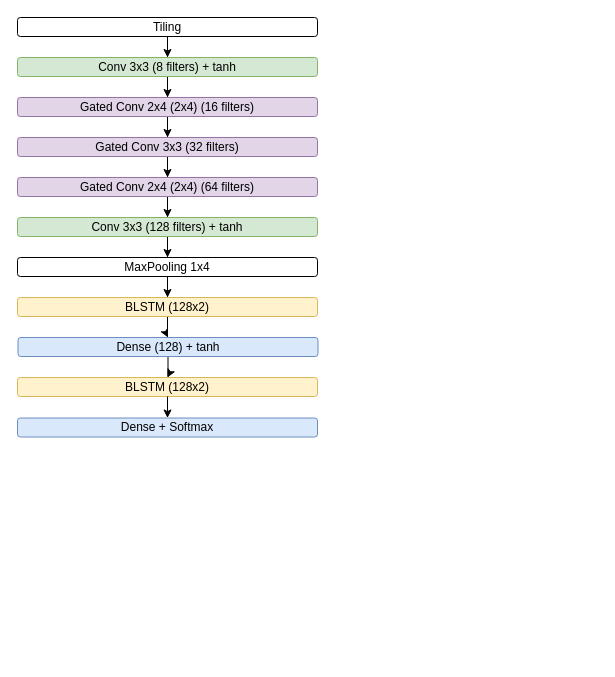
Above: doc/arch/bluche/bluche.drawio in arthurflor23/handwritten-text-recognition (draw.io), before the change. Source tidied: cells renumbered, new cells numbered last; positions are measured from the earlier drawing's top-left corner, leaving out a move shared by most shapes. Both pictures are drawn from the tidied source at 100%, with x=0, y=0 at pixel (17, 17).
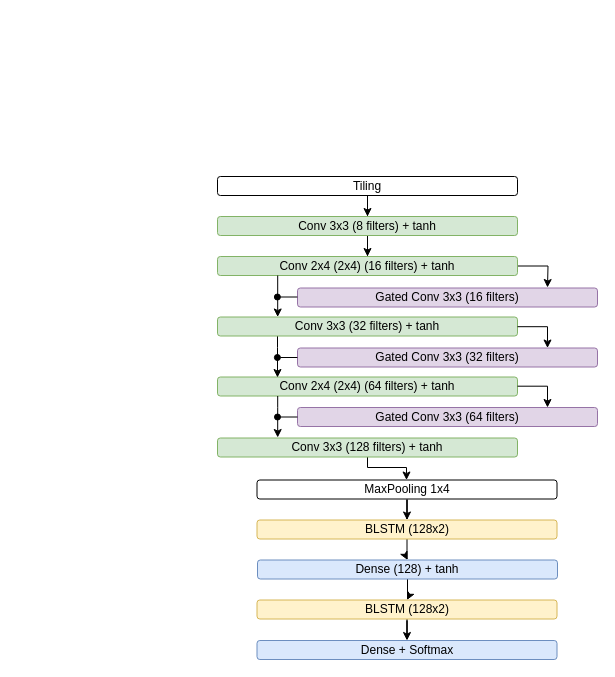
After the change.

Change to the diagram source:
```diff
@@
     <mxCell id="3" value="Tiling" style="rounded=1;whiteSpace=wrap;html=1;" parent="1" vertex="1">
-      <mxGeometry width="300" height="19" as="geometry" />
+      <mxGeometry x="200" y="159" width="300" height="19" as="geometry" />
     </mxCell>
-    <mxCell id="4" style="edgeStyle=orthogonalEdgeStyle;rounded=0;jettySize=auto;html=1;entryX=0.5;entryY=0;entryDx=0;entryDy=0;" parent="1" edge="1" source="5" target="7">
-      <mxGeometry relative="1" as="geometry" />
-    </mxCell>
+    <mxCell id="23" style="edgeStyle=orthogonalEdgeStyle;rounded=0;jettySize=auto;html=1;entryX=0.5;entryY=0;entryDx=0;entryDy=0;" parent="1" edge="1" source="5" target="25">
+      <mxGeometry relative="1" as="geometry" />
+    </mxCell>
     <mxCell id="5" value="Conv 3x3 (8 filters) + tanh" style="rounded=1;whiteSpace=wrap;html=1;fillColor=#d5e8d4;strokeColor=#82b366;" parent="1" vertex="1">
-      <mxGeometry y="40" width="300" height="19" as="geometry" />
+      <mxGeometry x="200" y="199" width="300" height="19" as="geometry" />
     </mxCell>
-    <mxCell id="6" style="edgeStyle=orthogonalEdgeStyle;rounded=0;jettySize=auto;html=1;entryX=0.5;entryY=0;entryDx=0;entryDy=0;" parent="1" edge="1" source="7" target="9">
-      <mxGeometry relative="1" as="geometry" />
-    </mxCell>
-    <mxCell id="7" value="Gated Conv 2x4 (2x4) (16 filters)" style="rounded=1;whiteSpace=wrap;html=1;fillColor=#e1d5e7;strokeColor=#9673a6;" parent="1" vertex="1">
-      <mxGeometry y="80" width="300" height="19" as="geometry" />
-    </mxCell>
-    <mxCell id="8" style="edgeStyle=orthogonalEdgeStyle;rounded=0;jettySize=auto;html=1;entryX=0.5;entryY=0;entryDx=0;entryDy=0;" parent="1" edge="1" source="9" target="21">
-      <mxGeometry relative="1" as="geometry" />
-    </mxCell>
+    <mxCell id="24" style="edgeStyle=orthogonalEdgeStyle;rounded=0;jettySize=auto;html=1;" parent="1" edge="1" source="25">
+      <mxGeometry relative="1" as="geometry">
+        <mxPoint x="530" y="270" as="targetPoint" />
+      </mxGeometry>
+    </mxCell>
+    <mxCell id="25" value="Conv 2x4 (2x4) (16 filters)&amp;nbsp;+ tanh" style="rounded=1;whiteSpace=wrap;html=1;fillColor=#d5e8d4;strokeColor=#82b366;" parent="1" vertex="1">
+      <mxGeometry x="200" y="239" width="300" height="19" as="geometry" />
+    </mxCell>
+    <mxCell id="26" value="Gated Conv 3x3 (16 filters)" style="rounded=1;whiteSpace=wrap;html=1;fillColor=#e1d5e7;strokeColor=#9673a6;" parent="1" vertex="1">
+      <mxGeometry x="280" y="270.5" width="300" height="19" as="geometry" />
+    </mxCell>
     <mxCell id="9" value="Gated Conv 3x3&amp;nbsp;(32 filters)" style="rounded=1;whiteSpace=wrap;html=1;fillColor=#e1d5e7;strokeColor=#9673a6;" parent="1" vertex="1">
-      <mxGeometry y="120" width="300" height="19" as="geometry" />
+      <mxGeometry x="280" y="330.5" width="300" height="19" as="geometry" />
     </mxCell>
+    <mxCell id="27" value="Conv 2x4 (2x4) (64 filters)&amp;nbsp;+ tanh" style="rounded=1;whiteSpace=wrap;html=1;fillColor=#d5e8d4;strokeColor=#82b366;" parent="1" vertex="1">
+      <mxGeometry x="200" y="359.5" width="300" height="19" as="geometry" />
+    </mxCell>
-    <mxCell id="10" style="edgeStyle=orthogonalEdgeStyle;rounded=0;jettySize=auto;html=1;entryX=0.5;entryY=0;entryDx=0;entryDy=0;" parent="1" edge="1" source="11" target="13">
-      <mxGeometry relative="1" as="geometry" />
+    <mxCell id="10" style="edgeStyle=orthogonalEdgeStyle;rounded=0;jettySize=auto;html=1;" parent="1" edge="1" source="11" target="13">
+      <mxGeometry relative="1" as="geometry">
+        <Array as="points">
+          <mxPoint x="350" y="450" />
+          <mxPoint x="389" y="450" />
+        </Array>
+      </mxGeometry>
     </mxCell>
     <mxCell id="11" value="Conv 3x3 (128 filters)&amp;nbsp;+ tanh" style="rounded=1;whiteSpace=wrap;html=1;fillColor=#d5e8d4;strokeColor=#82b366;" parent="1" vertex="1">
-      <mxGeometry y="200" width="300" height="19" as="geometry" />
+      <mxGeometry x="200" y="420.5" width="300" height="19" as="geometry" />
     </mxCell>
-    <mxCell id="12" style="edgeStyle=orthogonalEdgeStyle;rounded=0;jettySize=auto;html=1;entryX=0.5;entryY=0;entryDx=0;entryDy=0;" parent="1" edge="1" source="13" target="15">
-      <mxGeometry relative="1" as="geometry" />
-    </mxCell>
+    <mxCell id="28" style="edgeStyle=orthogonalEdgeStyle;rounded=0;jettySize=auto;html=1;" parent="1" edge="1" source="13" target="30">
+      <mxGeometry relative="1" as="geometry" />
+    </mxCell>
     <mxCell id="13" value="MaxPooling 1x4" style="rounded=1;whiteSpace=wrap;html=1;" parent="1" vertex="1">
-      <mxGeometry y="240" width="300" height="19" as="geometry" />
+      <mxGeometry x="239.5" y="462.5" width="300" height="19" as="geometry" />
     </mxCell>
-    <mxCell id="14" style="edgeStyle=orthogonalEdgeStyle;rounded=0;jettySize=auto;html=1;" parent="1" edge="1" source="15" target="17">
-      <mxGeometry relative="1" as="geometry" />
-    </mxCell>
-    <mxCell id="15" value="BLSTM (128x2)" style="rounded=1;whiteSpace=wrap;html=1;fillColor=#fff2cc;strokeColor=#d6b656;" parent="1" vertex="1">
-      <mxGeometry y="280" width="300" height="19" as="geometry" />
-    </mxCell>
-    <mxCell id="16" style="edgeStyle=orthogonalEdgeStyle;rounded=0;jettySize=auto;html=1;entryX=0.5;entryY=0;entryDx=0;entryDy=0;" parent="1" edge="1" source="17" target="18">
-      <mxGeometry relative="1" as="geometry" />
-    </mxCell>
+    <mxCell id="29" style="edgeStyle=orthogonalEdgeStyle;rounded=0;jettySize=auto;html=1;entryX=0.5;entryY=0;entryDx=0;entryDy=0;" parent="1" edge="1" source="30" target="17">
+      <mxGeometry relative="1" as="geometry" />
+    </mxCell>
+    <mxCell id="30" value="BLSTM (128x2)" style="rounded=1;whiteSpace=wrap;html=1;fillColor=#fff2cc;strokeColor=#d6b656;" parent="1" vertex="1">
+      <mxGeometry x="239.5" y="502.5" width="300" height="19" as="geometry" />
+    </mxCell>
+    <mxCell id="31" style="edgeStyle=orthogonalEdgeStyle;rounded=0;jettySize=auto;html=1;entryX=0.5;entryY=0;entryDx=0;entryDy=0;" parent="1" edge="1" source="17" target="33">
+      <mxGeometry relative="1" as="geometry" />
+    </mxCell>
     <mxCell id="17" value="Dense (128)&amp;nbsp;+ tanh" style="rounded=1;whiteSpace=wrap;html=1;fillColor=#dae8fc;strokeColor=#6c8ebf;" parent="1" vertex="1">
-      <mxGeometry x="0.5" y="320" width="300" height="19" as="geometry" />
+      <mxGeometry x="240" y="542.5" width="300" height="19" as="geometry" />
     </mxCell>
-    <mxCell id="18" value="BLSTM (128x2)" style="rounded=1;whiteSpace=wrap;html=1;fillColor=#fff2cc;strokeColor=#d6b656;" parent="1" vertex="1">
-      <mxGeometry y="360" width="300" height="19" as="geometry" />
-    </mxCell>
+    <mxCell id="32" style="edgeStyle=orthogonalEdgeStyle;rounded=0;jettySize=auto;html=1;entryX=0.5;entryY=0;entryDx=0;entryDy=0;" parent="1" edge="1" source="33" target="19">
+      <mxGeometry relative="1" as="geometry" />
+    </mxCell>
+    <mxCell id="33" value="BLSTM (128x2)" style="rounded=1;whiteSpace=wrap;html=1;fillColor=#fff2cc;strokeColor=#d6b656;" parent="1" vertex="1">
+      <mxGeometry x="239.5" y="582.5" width="300" height="19" as="geometry" />
+    </mxCell>
     <mxCell id="19" value="Dense + Softmax" style="rounded=1;whiteSpace=wrap;html=1;fillColor=#dae8fc;strokeColor=#6c8ebf;" parent="1" vertex="1">
-      <mxGeometry y="400.5" width="300" height="19" as="geometry" />
+      <mxGeometry x="239.5" y="623" width="300" height="19" as="geometry" />
     </mxCell>
-    <mxCell id="20" style="edgeStyle=orthogonalEdgeStyle;rounded=0;jettySize=auto;html=1;entryX=0.5;entryY=0;entryDx=0;entryDy=0;" parent="1" edge="1" source="21" target="11">
-      <mxGeometry relative="1" as="geometry" />
-    </mxCell>
-    <mxCell id="21" value="Gated Conv&amp;nbsp;2x4 (2x4)&amp;nbsp;(64 filters)" style="rounded=1;whiteSpace=wrap;html=1;fillColor=#e1d5e7;strokeColor=#9673a6;" parent="1" vertex="1">
-      <mxGeometry y="160" width="300" height="19" as="geometry" />
-    </mxCell>
-    <mxCell id="22" style="edgeStyle=orthogonalEdgeStyle;rounded=0;jettySize=auto;html=1;entryX=0.5;entryY=0;entryDx=0;entryDy=0;" parent="1" edge="1" source="18" target="19">
-      <mxGeometry relative="1" as="geometry" />
-    </mxCell>
+    <mxCell id="34" value="Gated Conv 3x3 (64 filters)" style="rounded=1;whiteSpace=wrap;html=1;fillColor=#e1d5e7;strokeColor=#9673a6;" parent="1" vertex="1">
+      <mxGeometry x="280" y="390" width="300" height="19" as="geometry" />
+    </mxCell>
+    <mxCell id="35" style="edgeStyle=orthogonalEdgeStyle;rounded=0;jettySize=auto;html=1;entryX=0.2;entryY=0.026;entryDx=0;entryDy=0;entryPerimeter=0;" parent="1" edge="1" source="36" target="27">
+      <mxGeometry relative="1" as="geometry">
+        <Array as="points">
+          <mxPoint x="260" y="330" />
+          <mxPoint x="260" y="330" />
+        </Array>
+      </mxGeometry>
+    </mxCell>
+    <mxCell id="36" value="Conv 3x3&amp;nbsp;(32 filters)&amp;nbsp;+ tanh" style="rounded=1;whiteSpace=wrap;html=1;fillColor=#d5e8d4;strokeColor=#82b366;" parent="1" vertex="1">
+      <mxGeometry x="200" y="299.5" width="300" height="19" as="geometry" />
+    </mxCell>
+    <mxCell id="37" style="edgeStyle=orthogonalEdgeStyle;rounded=0;jettySize=auto;html=1;endArrow=oval;endFill=1;exitX=0;exitY=0.5;exitDx=0;exitDy=0;" parent="1" edge="1" source="34">
+      <mxGeometry relative="1" as="geometry">
+        <mxPoint x="260" y="400" as="targetPoint" />
+      </mxGeometry>
+    </mxCell>
+    <mxCell id="38" style="edgeStyle=orthogonalEdgeStyle;rounded=0;orthogonalLoop=1;jettySize=auto;html=1;endArrow=oval;endFill=1;exitX=0;exitY=0.5;exitDx=0;exitDy=0;" parent="1" edge="1">
+      <mxGeometry relative="1" as="geometry">
+        <mxPoint x="279.9" y="340" as="sourcePoint" />
+        <mxPoint x="259.9" y="340.6" as="targetPoint" />
+      </mxGeometry>
+    </mxCell>
+    <mxCell id="39" style="edgeStyle=orthogonalEdgeStyle;rounded=0;orthogonalLoop=1;jettySize=auto;html=1;endArrow=oval;endFill=1;exitX=0;exitY=0.5;exitDx=0;exitDy=0;" parent="1" edge="1">
+      <mxGeometry relative="1" as="geometry">
+        <mxPoint x="279.9" y="279.5" as="sourcePoint" />
+        <mxPoint x="259.9" y="280.2" as="targetPoint" />
+      </mxGeometry>
+    </mxCell>
+    <mxCell id="40" style="edgeStyle=orthogonalEdgeStyle;rounded=0;orthogonalLoop=1;jettySize=auto;html=1;" parent="1" edge="1">
+      <mxGeometry relative="1" as="geometry">
+        <mxPoint x="500" y="309.2" as="sourcePoint" />
+        <mxPoint x="530" y="330.5" as="targetPoint" />
+      </mxGeometry>
+    </mxCell>
+    <mxCell id="41" style="edgeStyle=orthogonalEdgeStyle;rounded=0;orthogonalLoop=1;jettySize=auto;html=1;" parent="1" edge="1">
+      <mxGeometry relative="1" as="geometry">
+        <mxPoint x="500" y="368.7" as="sourcePoint" />
+        <mxPoint x="530" y="390" as="targetPoint" />
+      </mxGeometry>
+    </mxCell>
+    <mxCell id="42" style="edgeStyle=orthogonalEdgeStyle;rounded=0;orthogonalLoop=1;jettySize=auto;html=1;entryX=0.2;entryY=0.026;entryDx=0;entryDy=0;entryPerimeter=0;" parent="1" edge="1">
+      <mxGeometry relative="1" as="geometry">
+        <mxPoint x="260.2" y="258" as="sourcePoint" />
+        <mxPoint x="260.2" y="299.5" as="targetPoint" />
+        <Array as="points">
+          <mxPoint x="260" y="269.5" />
+          <mxPoint x="260" y="269.5" />
+        </Array>
+      </mxGeometry>
+    </mxCell>
+    <mxCell id="43" style="edgeStyle=orthogonalEdgeStyle;rounded=0;orthogonalLoop=1;jettySize=auto;html=1;entryX=0.2;entryY=0.026;entryDx=0;entryDy=0;entryPerimeter=0;" parent="1" edge="1">
+      <mxGeometry relative="1" as="geometry">
+        <mxPoint x="260.2" y="378.5" as="sourcePoint" />
+        <mxPoint x="260.2" y="420" as="targetPoint" />
+        <Array as="points">
+          <mxPoint x="260" y="390" />
+          <mxPoint x="260" y="390" />
+        </Array>
+      </mxGeometry>
+    </mxCell>
```
